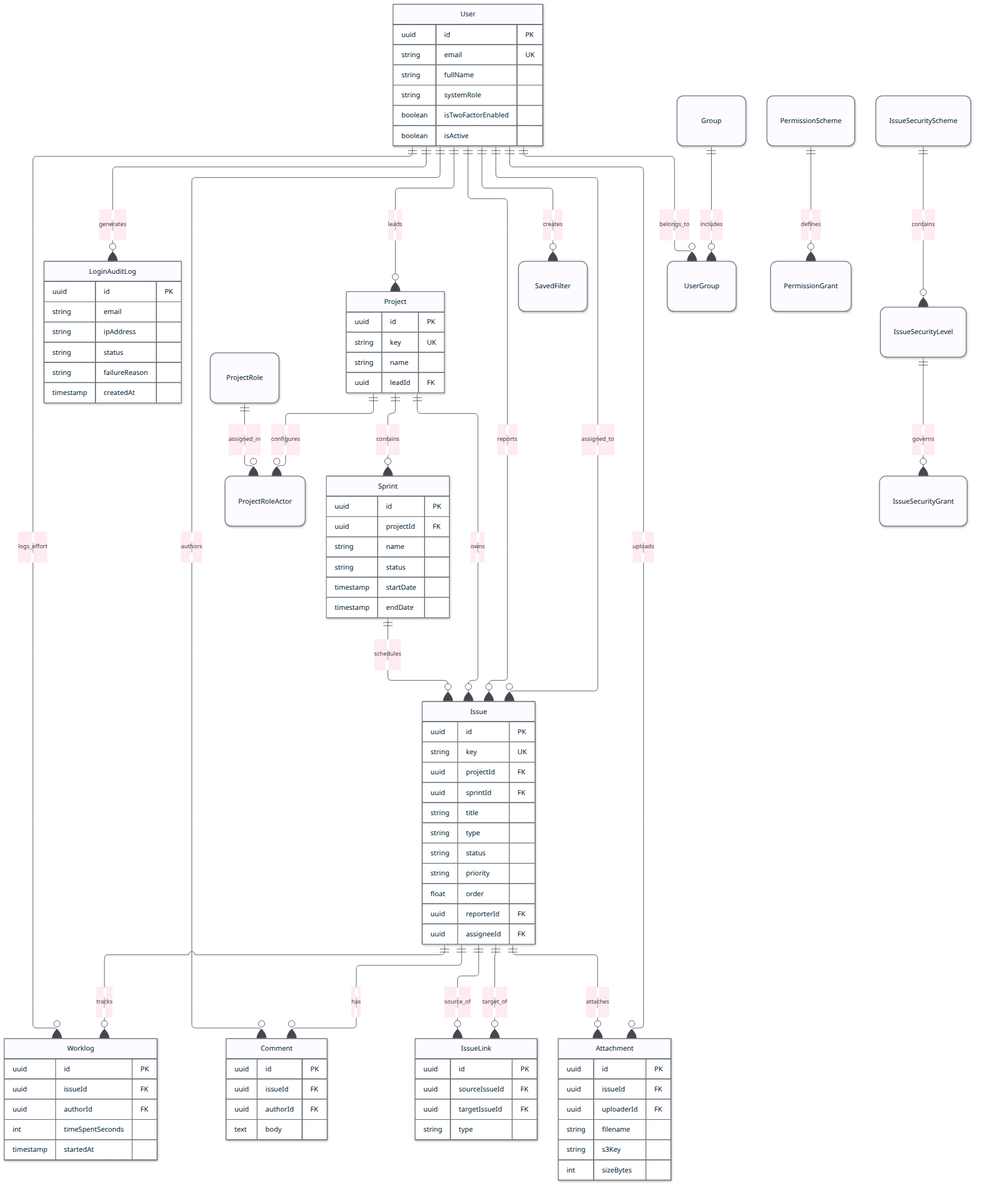
The Mermaid diagram documentation/architecture/diagrams/database_er.png in finkord/bug-tracker, before a commit. Its source is kept beside it as documentation/architecture/diagrams/database_er.mmd.
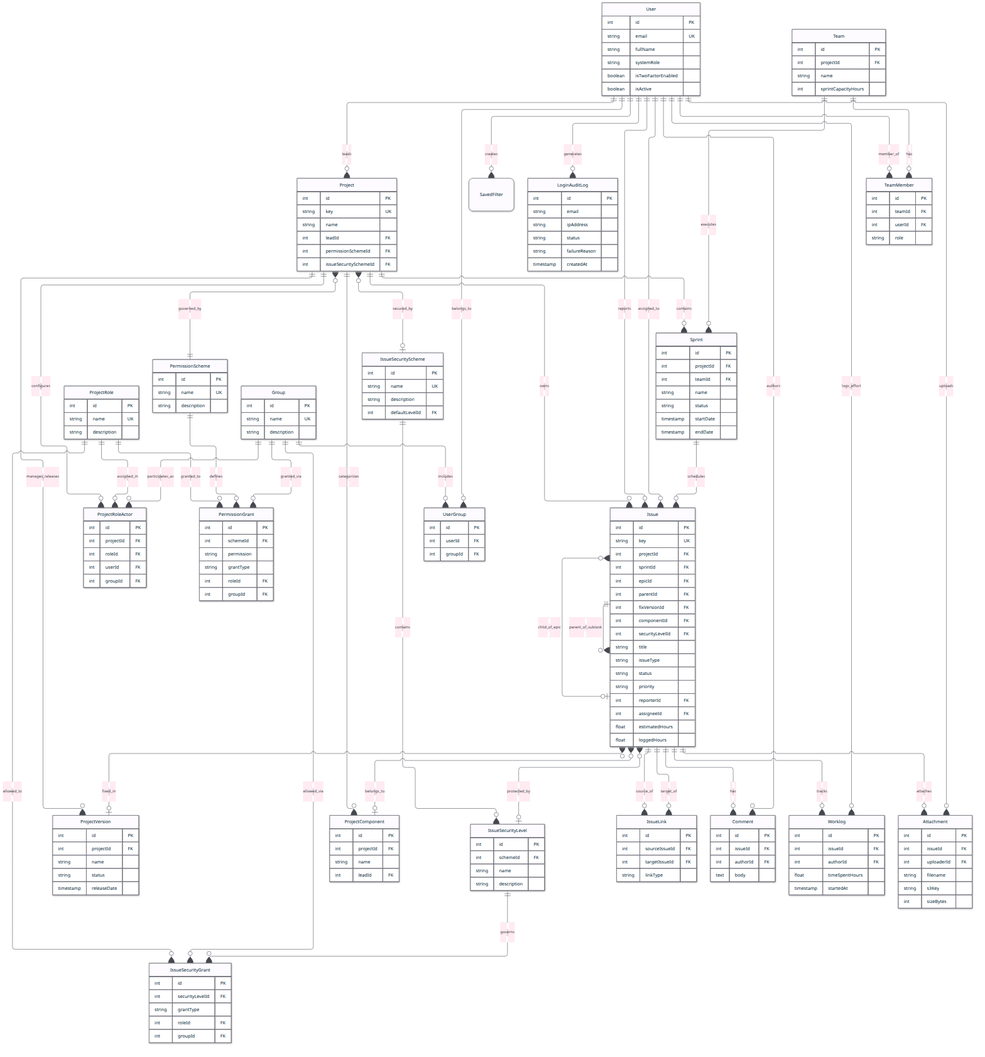
After the commit.

Diff of the diagram source:
```diff
@@ -7,11 +7,19 @@
     User ||--o{ Worklog : "logs_effort"
     User ||--o{ Attachment : "uploads"
     User ||--o{ UserGroup : "belongs_to"
+    User ||--o{ TeamMember : "member_of"
     User ||--o{ LoginAuditLog : "generates"
 
     Project ||--o{ Sprint : "contains"
     Project ||--o{ Issue : "owns"
+    Project ||--o{ ProjectVersion : "manages_releases"
+    Project ||--o{ ProjectComponent : "categorizes"
     Project ||--o{ ProjectRoleActor : "configures"
+    Project }o--|| PermissionScheme : "governed_by"
+    Project }o--o| IssueSecurityScheme : "secured_by"
+
+    Team ||--o{ TeamMember : "has"
+    Team ||--o{ Sprint : "executes"
 
     Sprint ||--o{ Issue : "schedules"
 
@@ -20,17 +28,27 @@
     Issue ||--o{ Attachment : "attaches"
     Issue ||--o{ IssueLink : "source_of"
     Issue ||--o{ IssueLink : "target_of"
+    Issue ||--o{ Issue : "parent_of_subtask"
+    Issue }o--o| Issue : "child_of_epic"
+    Issue }o--o| ProjectVersion : "fixed_in"
+    Issue }o--o| ProjectComponent : "belongs_to"
+    Issue }o--o| IssueSecurityLevel : "protected_by"
 
     Group ||--o{ UserGroup : "includes"
+    Group ||--o{ PermissionGrant : "granted_via"
+    Group ||--o{ ProjectRoleActor : "participates_as"
+    Group ||--o{ IssueSecurityGrant : "allowed_via"
 
     PermissionScheme ||--o{ PermissionGrant : "defines"
     ProjectRole ||--o{ ProjectRoleActor : "assigned_in"
+    ProjectRole ||--o{ PermissionGrant : "granted_to"
+    ProjectRole ||--o{ IssueSecurityGrant : "allowed_to"
 
     IssueSecurityScheme ||--o{ IssueSecurityLevel : "contains"
     IssueSecurityLevel ||--o{ IssueSecurityGrant : "governs"
 
     User {
-        uuid id PK
+        int id PK
         string email UK
         string fullName
         string systemRole
@@ -39,15 +57,32 @@
     }
 
     Project {
-        uuid id PK
+        int id PK
         string key UK
         string name
-        uuid leadId FK
+        int leadId FK
+        int permissionSchemeId FK
+        int issueSecuritySchemeId FK
+    }
+
+    Team {
+        int id PK
+        int projectId FK
+        string name
+        int sprintCapacityHours
+    }
+
+    TeamMember {
+        int id PK
+        int teamId FK
+        int userId FK
+        string role
     }
 
     Sprint {
-        uuid id PK
-        uuid projectId FK
+        int id PK
+        int projectId FK
+        int teamId FK
         string name
         string status
         timestamp startDate
@@ -55,52 +90,136 @@
     }
 
     Issue {
-        uuid id PK
+        int id PK
         string key UK
-        uuid projectId FK
-        uuid sprintId FK
+        int projectId FK
+        int sprintId FK
+        int epicId FK
+        int parentId FK
+        int fixVersionId FK
+        int componentId FK
+        int securityLevelId FK
         string title
-        string type
+        string issueType
         string status
         string priority
-        float order
-        uuid reporterId FK
-        uuid assigneeId FK
+        int reporterId FK
+        int assigneeId FK
+        float estimatedHours
+        float loggedHours
     }
 
     Worklog {
-        uuid id PK
-        uuid issueId FK
-        uuid authorId FK
-        int timeSpentSeconds
+        int id PK
+        int issueId FK
+        int authorId FK
+        float timeSpentHours
         timestamp startedAt
     }
 
     Comment {
-        uuid id PK
-        uuid issueId FK
-        uuid authorId FK
+        int id PK
+        int issueId FK
+        int authorId FK
         text body
     }
 
     Attachment {
-        uuid id PK
-        uuid issueId FK
-        uuid uploaderId FK
+        int id PK
+        int issueId FK
+        int uploaderId FK
         string filename
         string s3Key
         int sizeBytes
     }
 
     IssueLink {
-        uuid id PK
-        uuid sourceIssueId FK
-        uuid targetIssueId FK
-        string type
+        int id PK
+        int sourceIssueId FK
+        int targetIssueId FK
+        string linkType
+    }
+
+    ProjectVersion {
+        int id PK
+        int projectId FK
+        string name
+        string status
+        timestamp releaseDate
+    }
+
+    ProjectComponent {
+        int id PK
+        int projectId FK
+        string name
+        int leadId FK
+    }
+
+    Group {
+        int id PK
+        string name UK
+        string description
+    }
+
+    UserGroup {
+        int id PK
+        int userId FK
+        int groupId FK
+    }
+
+    PermissionScheme {
+        int id PK
+        string name UK
+        string description
+    }
+
+    PermissionGrant {
+        int id PK
+        int schemeId FK
+        string permission
+        string grantType
+        int roleId FK
+        int groupId FK
+    }
+
+    ProjectRole {
+        int id PK
+        string name UK
+        string description
+    }
+
+    ProjectRoleActor {
+        int id PK
+        int projectId FK
+        int roleId FK
+        int userId FK
+        int groupId FK
+    }
+
+    IssueSecurityScheme {
+        int id PK
+        string name UK
+        string description
+        int defaultLevelId FK
+    }
+
+    IssueSecurityLevel {
+        int id PK
+        int schemeId FK
+        string name
+        string description
+    }
+
+    IssueSecurityGrant {
+        int id PK
+        int securityLevelId FK
+        string grantType
+        int roleId FK
+        int groupId FK
     }
 
     LoginAuditLog {
-        uuid id PK
+        int id PK
         string email
         string ipAddress
         string status
```
